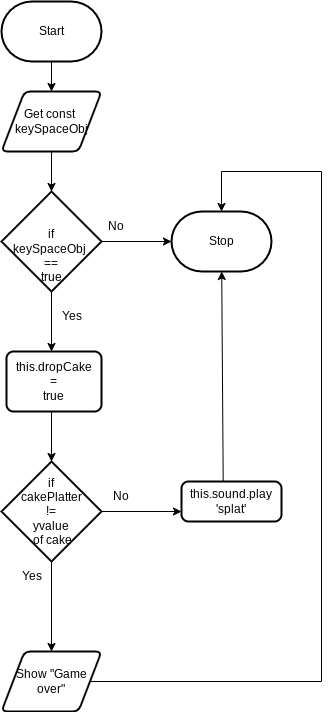
MTHS-ICS2O-2-2022/ICS2O-Final-Project-Group12 keeps this draw.io diagram as design/flowchart.png. Above is the earlier version. Source tidied: cells renumbered, new cells last; positions are measured from the earlier drawing's top-left corner, leaving out a move shared by most shapes. Its diagram source:
```xml
<mxGraphModel>
  <root>
    <mxCell id="0" />
    <mxCell id="1" parent="0" />
    <mxCell id="2" style="edgeStyle=none;html=1;" parent="1" edge="1" source="3" target="6">
      <mxGeometry relative="1" as="geometry" />
    </mxCell>
    <mxCell id="3" value="Start" style="strokeWidth=2;html=1;shape=mxgraph.flowchart.terminator;whiteSpace=wrap;" parent="1" vertex="1">
      <mxGeometry width="100" height="60" as="geometry" />
    </mxCell>
    <mxCell id="4" value="Stop" style="strokeWidth=2;html=1;shape=mxgraph.flowchart.terminator;whiteSpace=wrap;" parent="1" vertex="1">
      <mxGeometry x="170" y="210" width="100" height="60" as="geometry" />
    </mxCell>
    <mxCell id="5" style="edgeStyle=none;html=1;entryX=0.5;entryY=0;entryDx=0;entryDy=0;entryPerimeter=0;" parent="1" edge="1" source="6" target="9">
      <mxGeometry relative="1" as="geometry" />
    </mxCell>
    <mxCell id="6" value="Get const&amp;nbsp;&lt;br&gt;keySpaceObj" style="shape=parallelogram;html=1;strokeWidth=2;perimeter=parallelogramPerimeter;whiteSpace=wrap;rounded=1;arcSize=12;size=0.23;" parent="1" vertex="1">
      <mxGeometry y="90" width="100" height="60" as="geometry" />
    </mxCell>
    <mxCell id="7" style="edgeStyle=none;html=1;" parent="1" edge="1" source="9">
      <mxGeometry relative="1" as="geometry">
        <mxPoint x="50" y="350" as="targetPoint" />
      </mxGeometry>
    </mxCell>
    <mxCell id="8" style="edgeStyle=none;rounded=0;html=1;entryX=0;entryY=0.5;entryDx=0;entryDy=0;entryPerimeter=0;exitX=1;exitY=0.5;exitDx=0;exitDy=0;exitPerimeter=0;" parent="1" edge="1" source="9" target="4">
      <mxGeometry relative="1" as="geometry" />
    </mxCell>
    <mxCell id="9" value="&lt;br&gt;&lt;br&gt;if &lt;br&gt;keySpaceObj&amp;nbsp;&lt;br&gt;==&lt;br&gt;true" style="strokeWidth=2;html=1;shape=mxgraph.flowchart.decision;whiteSpace=wrap;" parent="1" vertex="1">
      <mxGeometry y="190" width="100" height="100" as="geometry" />
    </mxCell>
    <mxCell id="10" style="edgeStyle=none;html=1;" parent="1" edge="1" target="13">
      <mxGeometry relative="1" as="geometry">
        <mxPoint x="50" y="410" as="sourcePoint" />
      </mxGeometry>
    </mxCell>
    <mxCell id="11" style="edgeStyle=none;rounded=0;html=1;" parent="1" edge="1" source="13">
      <mxGeometry relative="1" as="geometry">
        <mxPoint x="50" y="650" as="targetPoint" />
      </mxGeometry>
    </mxCell>
    <mxCell id="12" style="edgeStyle=none;html=1;" parent="1" edge="1" source="13">
      <mxGeometry relative="1" as="geometry">
        <mxPoint x="180" y="510" as="targetPoint" />
      </mxGeometry>
    </mxCell>
    <mxCell id="13" value="if &lt;br&gt;cakePlatter &lt;br&gt;!=&lt;br&gt;yvalue&lt;br&gt;&amp;nbsp;of cake" style="strokeWidth=2;html=1;shape=mxgraph.flowchart.decision;whiteSpace=wrap;" parent="1" vertex="1">
      <mxGeometry y="460" width="100" height="100" as="geometry" />
    </mxCell>
    <mxCell id="14" value="this.dropCake&lt;br&gt;=&lt;br&gt;true" style="rounded=1;whiteSpace=wrap;html=1;absoluteArcSize=1;arcSize=14;strokeWidth=2;" parent="1" vertex="1">
      <mxGeometry x="5" y="350" width="95" height="60" as="geometry" />
    </mxCell>
    <mxCell id="15" value="Yes" style="text;html=1;align=center;verticalAlign=middle;strokeColor=none;fillColor=none;" parent="1" vertex="1">
      <mxGeometry x="50" y="300" width="40" height="30" as="geometry" />
    </mxCell>
    <mxCell id="16" value="Yes" style="text;html=1;align=center;verticalAlign=middle;strokeColor=none;fillColor=none;" parent="1" vertex="1">
      <mxGeometry x="10" y="560" width="40" height="30" as="geometry" />
    </mxCell>
    <mxCell id="17" value="No" style="text;strokeColor=none;align=center;fillColor=none;html=1;verticalAlign=middle;whiteSpace=wrap;rounded=0;" parent="1" vertex="1">
      <mxGeometry x="90" y="480" width="60" height="30" as="geometry" />
    </mxCell>
    <mxCell id="18" value="No" style="text;strokeColor=none;align=center;fillColor=none;html=1;verticalAlign=middle;whiteSpace=wrap;rounded=0;" parent="1" vertex="1">
      <mxGeometry x="85" y="210" width="60" height="30" as="geometry" />
    </mxCell>
    <mxCell id="19" style="edgeStyle=none;html=1;entryX=0.5;entryY=0;entryDx=0;entryDy=0;entryPerimeter=0;rounded=0;" parent="1" edge="1" source="20" target="4">
      <mxGeometry relative="1" as="geometry">
        <Array as="points">
          <mxPoint x="320" y="680" />
          <mxPoint x="320" y="170" />
          <mxPoint x="220" y="170" />
        </Array>
      </mxGeometry>
    </mxCell>
    <mxCell id="20" value="Show &quot;Game over&quot;" style="shape=parallelogram;html=1;strokeWidth=2;perimeter=parallelogramPerimeter;whiteSpace=wrap;rounded=1;arcSize=12;size=0.23;" parent="1" vertex="1">
      <mxGeometry y="650" width="100" height="60" as="geometry" />
    </mxCell>
    <mxCell id="21" style="edgeStyle=none;html=1;exitX=0.417;exitY=-0.002;exitDx=0;exitDy=0;exitPerimeter=0;" parent="1" edge="1" source="22" target="4">
      <mxGeometry relative="1" as="geometry" />
    </mxCell>
    <mxCell id="22" value="this.sound.play&lt;br&gt;'splat'" style="rounded=1;whiteSpace=wrap;html=1;absoluteArcSize=1;arcSize=14;strokeWidth=2;" parent="1" vertex="1">
      <mxGeometry x="180" y="480" width="100" height="40" as="geometry" />
    </mxCell>
  </root>
</mxGraphModel>
```
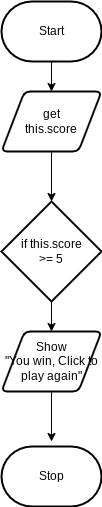
Later version of the same file.

What changed in the source:
```diff
@@ -2,82 +2,36 @@
   <root>
     <mxCell id="0" />
     <mxCell id="1" parent="0" />
-    <mxCell id="2" style="edgeStyle=none;html=1;" parent="1" edge="1" source="3" target="6">
-      <mxGeometry relative="1" as="geometry" />
+    <mxCell id="2" style="edgeStyle=none;html=1;" parent="1" edge="1" source="3">
+      <mxGeometry relative="1" as="geometry">
+        <mxPoint x="50" y="90" as="targetPoint" />
+      </mxGeometry>
     </mxCell>
     <mxCell id="3" value="Start" style="strokeWidth=2;html=1;shape=mxgraph.flowchart.terminator;whiteSpace=wrap;" parent="1" vertex="1">
       <mxGeometry width="100" height="60" as="geometry" />
     </mxCell>
     <mxCell id="4" value="Stop" style="strokeWidth=2;html=1;shape=mxgraph.flowchart.terminator;whiteSpace=wrap;" parent="1" vertex="1">
-      <mxGeometry x="170" y="210" width="100" height="60" as="geometry" />
+      <mxGeometry y="445" width="100" height="60" as="geometry" />
     </mxCell>
-    <mxCell id="5" style="edgeStyle=none;html=1;entryX=0.5;entryY=0;entryDx=0;entryDy=0;entryPerimeter=0;" parent="1" edge="1" source="6" target="9">
-      <mxGeometry relative="1" as="geometry" />
-    </mxCell>
-    <mxCell id="6" value="Get const&amp;nbsp;&lt;br&gt;keySpaceObj" style="shape=parallelogram;html=1;strokeWidth=2;perimeter=parallelogramPerimeter;whiteSpace=wrap;rounded=1;arcSize=12;size=0.23;" parent="1" vertex="1">
-      <mxGeometry y="90" width="100" height="60" as="geometry" />
-    </mxCell>
-    <mxCell id="7" style="edgeStyle=none;html=1;" parent="1" edge="1" source="9">
-      <mxGeometry relative="1" as="geometry">
-        <mxPoint x="50" y="350" as="targetPoint" />
-      </mxGeometry>
-    </mxCell>
-    <mxCell id="8" style="edgeStyle=none;rounded=0;html=1;entryX=0;entryY=0.5;entryDx=0;entryDy=0;entryPerimeter=0;exitX=1;exitY=0.5;exitDx=0;exitDy=0;exitPerimeter=0;" parent="1" edge="1" source="9" target="4">
-      <mxGeometry relative="1" as="geometry" />
-    </mxCell>
-    <mxCell id="9" value="&lt;br&gt;&lt;br&gt;if &lt;br&gt;keySpaceObj&amp;nbsp;&lt;br&gt;==&lt;br&gt;true" style="strokeWidth=2;html=1;shape=mxgraph.flowchart.decision;whiteSpace=wrap;" parent="1" vertex="1">
-      <mxGeometry y="190" width="100" height="100" as="geometry" />
-    </mxCell>
-    <mxCell id="10" style="edgeStyle=none;html=1;" parent="1" edge="1" target="13">
-      <mxGeometry relative="1" as="geometry">
-        <mxPoint x="50" y="410" as="sourcePoint" />
-      </mxGeometry>
-    </mxCell>
-    <mxCell id="11" style="edgeStyle=none;rounded=0;html=1;" parent="1" edge="1" source="13">
-      <mxGeometry relative="1" as="geometry">
-        <mxPoint x="50" y="650" as="targetPoint" />
-      </mxGeometry>
-    </mxCell>
-    <mxCell id="12" style="edgeStyle=none;html=1;" parent="1" edge="1" source="13">
-      <mxGeometry relative="1" as="geometry">
-        <mxPoint x="180" y="510" as="targetPoint" />
-      </mxGeometry>
-    </mxCell>
-    <mxCell id="13" value="if &lt;br&gt;cakePlatter &lt;br&gt;!=&lt;br&gt;yvalue&lt;br&gt;&amp;nbsp;of cake" style="strokeWidth=2;html=1;shape=mxgraph.flowchart.decision;whiteSpace=wrap;" parent="1" vertex="1">
-      <mxGeometry y="460" width="100" height="100" as="geometry" />
-    </mxCell>
-    <mxCell id="14" value="this.dropCake&lt;br&gt;=&lt;br&gt;true" style="rounded=1;whiteSpace=wrap;html=1;absoluteArcSize=1;arcSize=14;strokeWidth=2;" parent="1" vertex="1">
-      <mxGeometry x="5" y="350" width="95" height="60" as="geometry" />
-    </mxCell>
-    <mxCell id="15" value="Yes" style="text;html=1;align=center;verticalAlign=middle;strokeColor=none;fillColor=none;" parent="1" vertex="1">
-      <mxGeometry x="50" y="300" width="40" height="30" as="geometry" />
-    </mxCell>
-    <mxCell id="16" value="Yes" style="text;html=1;align=center;verticalAlign=middle;strokeColor=none;fillColor=none;" parent="1" vertex="1">
-      <mxGeometry x="10" y="560" width="40" height="30" as="geometry" />
-    </mxCell>
-    <mxCell id="17" value="No" style="text;strokeColor=none;align=center;fillColor=none;html=1;verticalAlign=middle;whiteSpace=wrap;rounded=0;" parent="1" vertex="1">
-      <mxGeometry x="90" y="480" width="60" height="30" as="geometry" />
-    </mxCell>
-    <mxCell id="18" value="No" style="text;strokeColor=none;align=center;fillColor=none;html=1;verticalAlign=middle;whiteSpace=wrap;rounded=0;" parent="1" vertex="1">
-      <mxGeometry x="85" y="210" width="60" height="30" as="geometry" />
-    </mxCell>
-    <mxCell id="19" style="edgeStyle=none;html=1;entryX=0.5;entryY=0;entryDx=0;entryDy=0;entryPerimeter=0;rounded=0;" parent="1" edge="1" source="20" target="4">
-      <mxGeometry relative="1" as="geometry">
-        <Array as="points">
-          <mxPoint x="320" y="680" />
-          <mxPoint x="320" y="170" />
-          <mxPoint x="220" y="170" />
-        </Array>
-      </mxGeometry>
-    </mxCell>
-    <mxCell id="20" value="Show &quot;Game over&quot;" style="shape=parallelogram;html=1;strokeWidth=2;perimeter=parallelogramPerimeter;whiteSpace=wrap;rounded=1;arcSize=12;size=0.23;" parent="1" vertex="1">
-      <mxGeometry y="650" width="100" height="60" as="geometry" />
-    </mxCell>
-    <mxCell id="21" style="edgeStyle=none;html=1;exitX=0.417;exitY=-0.002;exitDx=0;exitDy=0;exitPerimeter=0;" parent="1" edge="1" source="22" target="4">
-      <mxGeometry relative="1" as="geometry" />
-    </mxCell>
+    <mxCell id="23" style="edgeStyle=none;html=1;" parent="1" edge="1" source="22" target="25">
+      <mxGeometry relative="1" as="geometry" />
+    </mxCell>
-    <mxCell id="22" value="this.sound.play&lt;br&gt;'splat'" style="rounded=1;whiteSpace=wrap;html=1;absoluteArcSize=1;arcSize=14;strokeWidth=2;" parent="1" vertex="1">
-      <mxGeometry x="180" y="480" width="100" height="40" as="geometry" />
+    <mxCell id="22" value="get&lt;br&gt;this.score" style="shape=parallelogram;html=1;strokeWidth=2;perimeter=parallelogramPerimeter;whiteSpace=wrap;rounded=1;arcSize=12;size=0.23;" parent="1" vertex="1">
+      <mxGeometry y="90" width="100" height="60" as="geometry" />
     </mxCell>
+    <mxCell id="24" style="edgeStyle=none;html=1;" parent="1" edge="1" source="25" target="27">
+      <mxGeometry relative="1" as="geometry" />
+    </mxCell>
+    <mxCell id="25" value="if this.score&lt;br&gt;&amp;gt;= 5" style="strokeWidth=2;html=1;shape=mxgraph.flowchart.decision;whiteSpace=wrap;" parent="1" vertex="1">
+      <mxGeometry y="200" width="100" height="100" as="geometry" />
+    </mxCell>
+    <mxCell id="26" style="edgeStyle=none;html=1;" parent="1" edge="1" source="27">
+      <mxGeometry relative="1" as="geometry">
+        <mxPoint x="50" y="440" as="targetPoint" />
+      </mxGeometry>
+    </mxCell>
+    <mxCell id="27" value="Show&lt;br&gt;&quot;You win, Click to play again&quot;" style="shape=parallelogram;html=1;strokeWidth=2;perimeter=parallelogramPerimeter;whiteSpace=wrap;rounded=1;arcSize=12;size=0.23;" parent="1" vertex="1">
+      <mxGeometry y="330" width="100" height="60" as="geometry" />
+    </mxCell>
   </root>
 </mxGraphModel>
```
